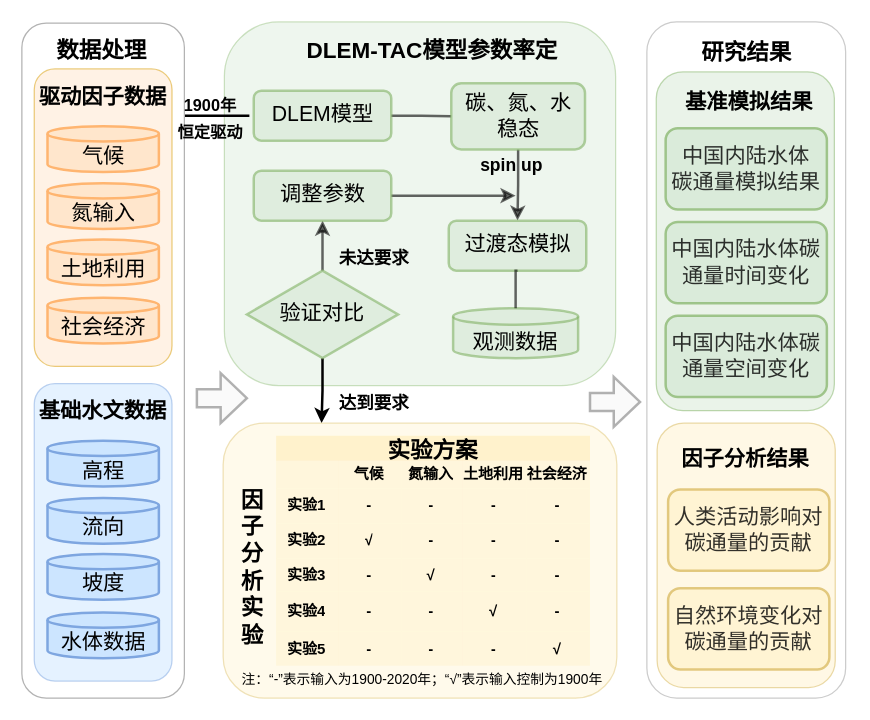
This is 1.drawio from Jiang-Yx-0124/paper, a draw.io file, before an edit. Source tidied: cells renumbered, new cells numbered last; positions are measured from the earlier drawing's top-left corner, leaving out a move shared by most shapes. Both pictures are drawn from the tidied source at 125%, with x=0, y=0 at pixel (21, 21).
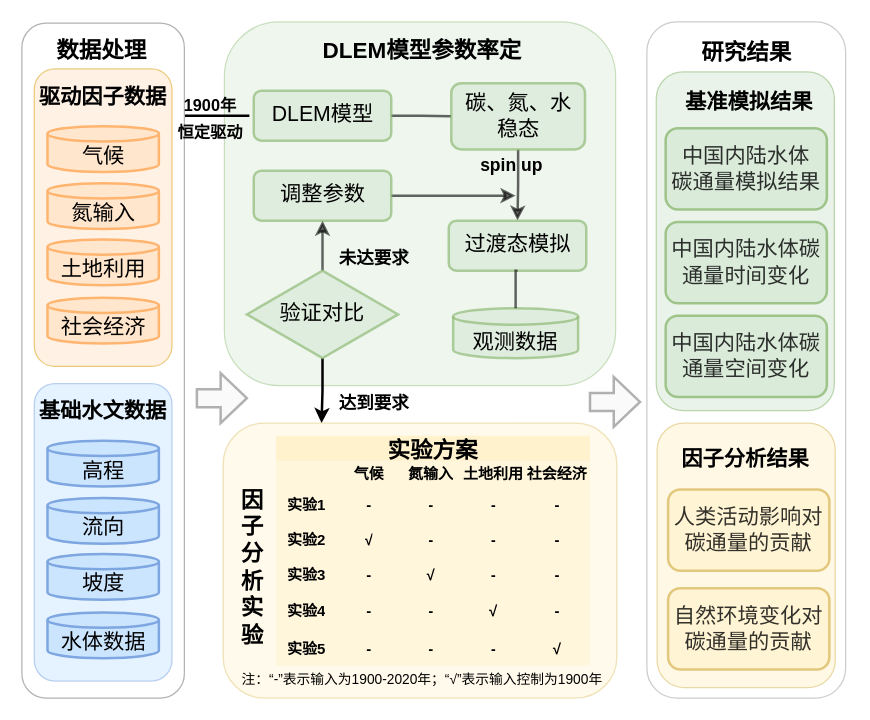
The same page after the edit.

Change to the diagram source:
```diff
@@
-    <mxCell id="8" value="&lt;font style=&quot;font-size: 18px;&quot;&gt;&lt;b&gt;DLEM-TAC模型&lt;/b&gt;&lt;/font&gt;&lt;b style=&quot;font-size: 18px; background-color: transparent; color: light-dark(rgb(0, 0, 0), rgb(255, 255, 255));&quot;&gt;参数率定&lt;/b&gt;" style="text;html=1;align=center;verticalAlign=middle;whiteSpace=wrap;rounded=0;textShadow=0;labelBackgroundColor=none;labelBorderColor=none;opacity=80;fillColor=none;strokeColor=none;" parent="1" vertex="1">
-      <mxGeometry x="226.4" y="7" width="205" height="32" as="geometry" />
+    <mxCell id="8" value="&lt;font style=&quot;font-size: 18px;&quot;&gt;&lt;b&gt;DLEM模型&lt;/b&gt;&lt;/font&gt;&lt;b style=&quot;font-size: 18px; background-color: transparent; color: light-dark(rgb(0, 0, 0), rgb(255, 255, 255));&quot;&gt;参数率定&lt;/b&gt;" style="text;html=1;align=center;verticalAlign=middle;whiteSpace=wrap;rounded=0;textShadow=0;labelBackgroundColor=none;labelBorderColor=none;opacity=80;fillColor=none;strokeColor=none;" parent="1" vertex="1">
+      <mxGeometry x="217.5" y="7" width="205" height="32" as="geometry" />
     </mxCell>
```
